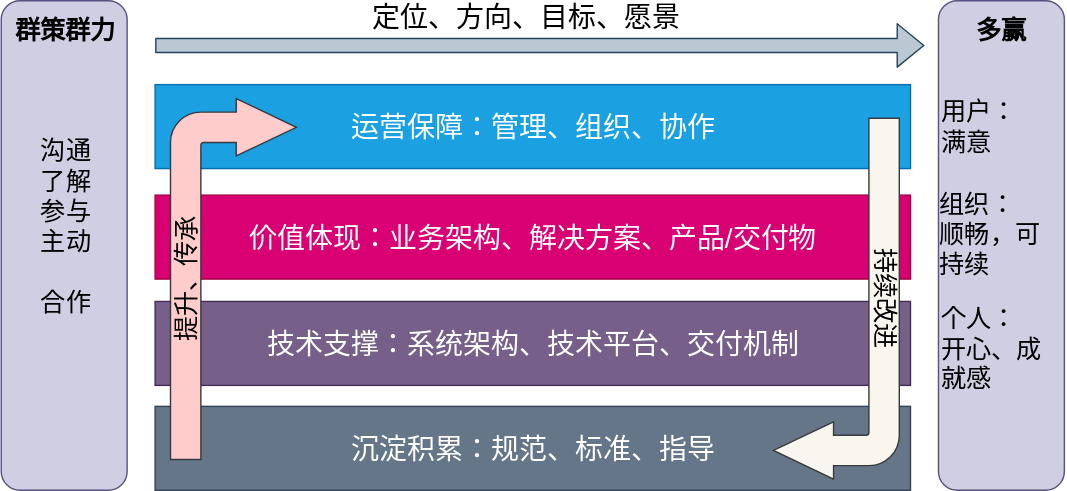
Earlier version of the draw.io export assets/images/TechArch/ADCSS-Arch.svg (ibbcall/ibbcall.github.io). Source tidied: cells renumbered, new cells last; positions are measured from the earlier drawing's top-left corner, leaving out a move shared by most shapes.
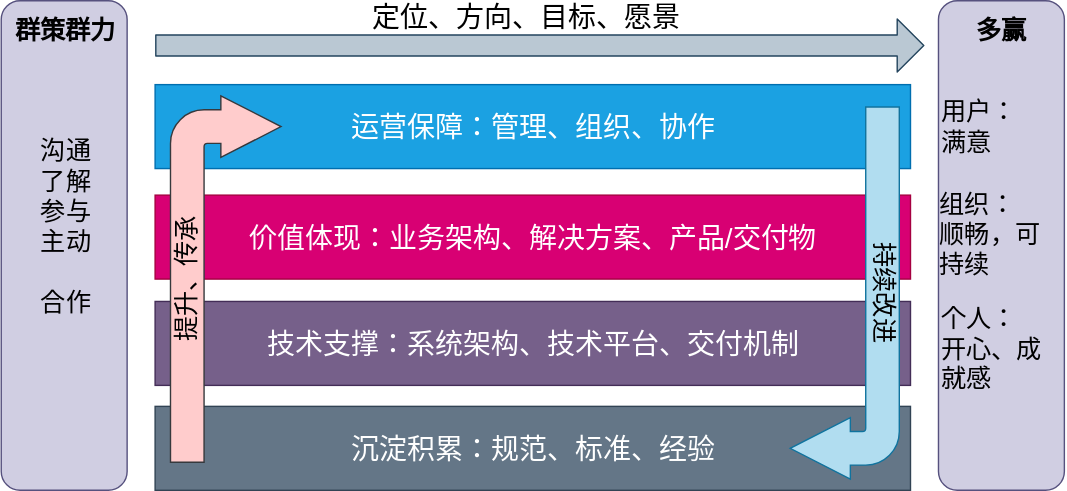
The same diagram one commit later.

Diff of the diagram source:
```diff
@@ -8,7 +8,7 @@
     <mxCell id="3" value="&lt;br style=&quot;font-size: 20px&quot;&gt;" style="rounded=1;whiteSpace=wrap;html=1;fontSize=20;fillColor=#d0cee2;strokeColor=#56517e;" parent="1" vertex="1">
       <mxGeometry x="670" width="90" height="350" as="geometry" />
     </mxCell>
-    <mxCell id="4" style="shape=flexArrow;endArrow=classic;html=1;fontSize=20;fillColor=#bac8d3;strokeColor=#23445d;" parent="1" edge="1">
+    <mxCell id="4" style="shape=flexArrow;endArrow=classic;html=1;fontSize=20;fillColor=#bac8d3;strokeColor=#23445d;width=15;startWidth=22;endWidth=22;" parent="1" edge="1">
       <mxGeometry relative="1" as="geometry">
         <mxPoint x="110" y="32" as="sourcePoint" />
         <mxPoint x="660" y="32" as="targetPoint" />
@@ -26,14 +26,14 @@
     <mxCell id="8" value="技术支撑：系统架构、技术平台、交付机制" style="rounded=0;whiteSpace=wrap;html=1;fontSize=20;fillColor=#76608a;strokeColor=#432D57;fontColor=#ffffff;" parent="1" vertex="1">
       <mxGeometry x="110" y="215" width="540" height="60" as="geometry" />
     </mxCell>
-    <mxCell id="9" value="沉淀积累：规范、标准、指导" style="rounded=0;whiteSpace=wrap;html=1;fontSize=20;fillColor=#647687;strokeColor=#314354;fontColor=#ffffff;" parent="1" vertex="1">
+    <mxCell id="9" value="沉淀积累：规范、标准、经验" style="rounded=0;whiteSpace=wrap;html=1;fontSize=20;fillColor=#647687;strokeColor=#314354;fontColor=#ffffff;" parent="1" vertex="1">
       <mxGeometry x="110" y="290" width="540" height="60" as="geometry" />
     </mxCell>
-    <mxCell id="10" value="持续改进" style="html=1;shadow=0;dashed=0;align=center;verticalAlign=top;shape=mxgraph.arrows2.bendArrow;dy=10.86;dx=43;notch=0;arrowHead=41;rounded=1;rotation=-180;horizontal=0;fontSize=18;spacingTop=-8;fillColor=#f9f7ed;strokeColor=#36393d;" parent="1" vertex="1">
-      <mxGeometry x="552" y="84" width="90" height="258" as="geometry" />
+    <mxCell id="10" value="持续改进" style="html=1;shadow=0;dashed=0;align=center;verticalAlign=top;shape=mxgraph.arrows2.bendArrow;dy=12;dx=43;notch=0;arrowHead=44;rounded=1;rotation=-180;horizontal=0;fontSize=18;spacingTop=-7;fillColor=#b1ddf0;strokeColor=#10739e;" parent="1" vertex="1">
+      <mxGeometry x="564" y="76" width="78" height="266" as="geometry" />
     </mxCell>
-    <mxCell id="11" value="提升、传承" style="html=1;shadow=0;dashed=0;align=center;verticalAlign=top;shape=mxgraph.arrows2.bendArrow;dy=10.86;dx=43;notch=0;arrowHead=41;rounded=1;rotation=0;horizontal=0;spacingTop=-6;fontSize=18;fillColor=#ffcccc;strokeColor=#36393d;" parent="1" vertex="1">
-      <mxGeometry x="121" y="70" width="90" height="258" as="geometry" />
+    <mxCell id="11" value="提升、传承" style="html=1;shadow=0;dashed=0;align=center;verticalAlign=top;shape=mxgraph.arrows2.bendArrow;dy=12;dx=43;notch=0;arrowHead=44;rounded=1;rotation=0;horizontal=0;spacingTop=-6;fontSize=18;fillColor=#ffcccc;strokeColor=#36393d;" parent="1" vertex="1">
+      <mxGeometry x="121" y="68" width="79" height="262" as="geometry" />
     </mxCell>
     <mxCell id="12" value="&lt;b&gt;多赢&lt;/b&gt;" style="text;html=1;fillColor=none;align=center;verticalAlign=middle;whiteSpace=wrap;rounded=0;labelBackgroundColor=none;fontSize=18;" parent="1" vertex="1">
       <mxGeometry x="687.5" y="11" width="55" height="20" as="geometry" />
```
